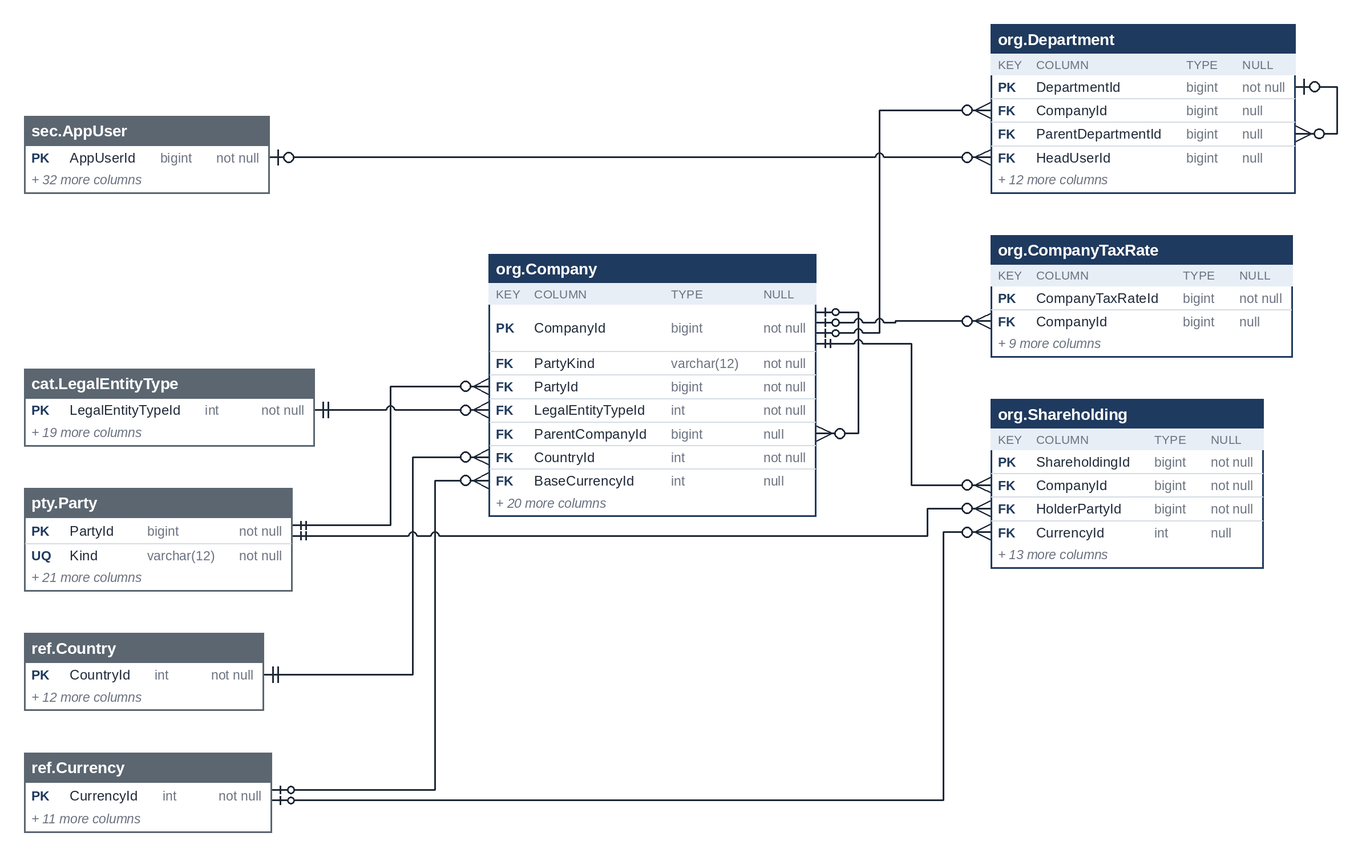
This is treasury-platform/docs/diagrams/erd-en/m1_company_1.png from thawrasy/smartlines, a Mermaid export, as it was before one commit. Its source is kept beside it as treasury-platform/docs/diagrams/erd/m1_company_1.mmd. The source it was exported from:
```mermaid
erDiagram
  org_Company["org.Company"] {
    bigint CompanyId PK
    bigint PartyId FK
    int LegalEntityTypeId FK
    bigint ParentCompanyId FK
    int CountryId FK
    int BaseCurrencyId FK
  }
  org_CompanyTaxRate["org.CompanyTaxRate"] {
    bigint CompanyTaxRateId PK
    bigint CompanyId FK
  }
  org_Department["org.Department"] {
    bigint DepartmentId PK
    bigint CompanyId FK
    bigint ParentDepartmentId FK
    bigint HeadUserId FK
  }
  org_Shareholding["org.Shareholding"] {
    bigint ShareholdingId PK
    bigint CompanyId FK
    bigint HolderPartyId FK
    int CurrencyId FK
  }
  org_Company |o--o{ org_Company : "ParentCompanyId"
  org_Company |o--o{ org_CompanyTaxRate : "CompanyId"
  org_Company |o--o{ org_Department : "CompanyId"
  org_Company ||--o{ org_Shareholding : "CompanyId"
  org_Department |o--o{ org_Department : "ParentDepartmentId"
```
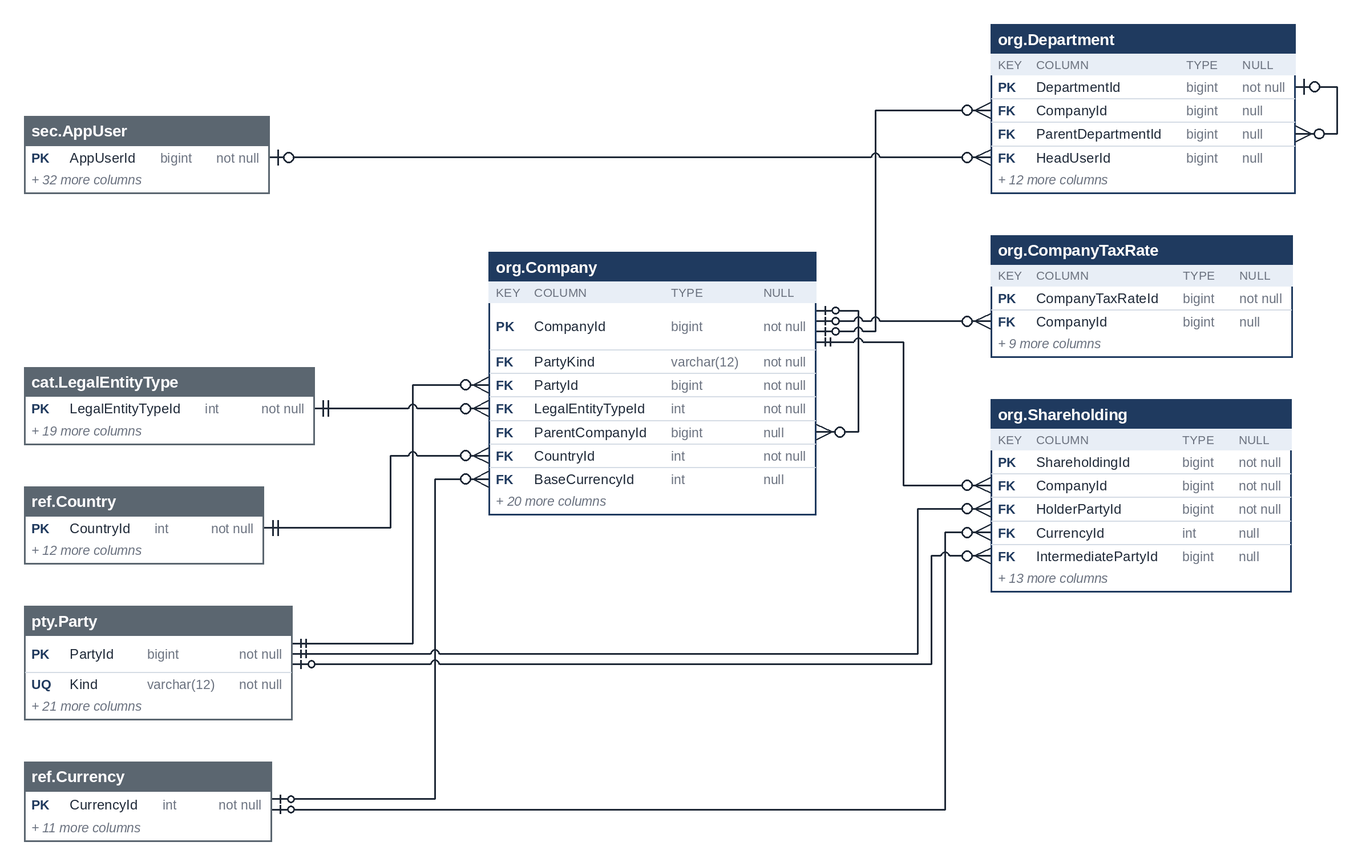
Above is the later version.

Diff of the diagram source:
```diff
@@ -22,6 +22,7 @@
     bigint CompanyId FK
     bigint HolderPartyId FK
     int CurrencyId FK
+    bigint IntermediatePartyId FK
   }
   org_Company |o--o{ org_Company : "ParentCompanyId"
   org_Company |o--o{ org_CompanyTaxRate : "CompanyId"
```
